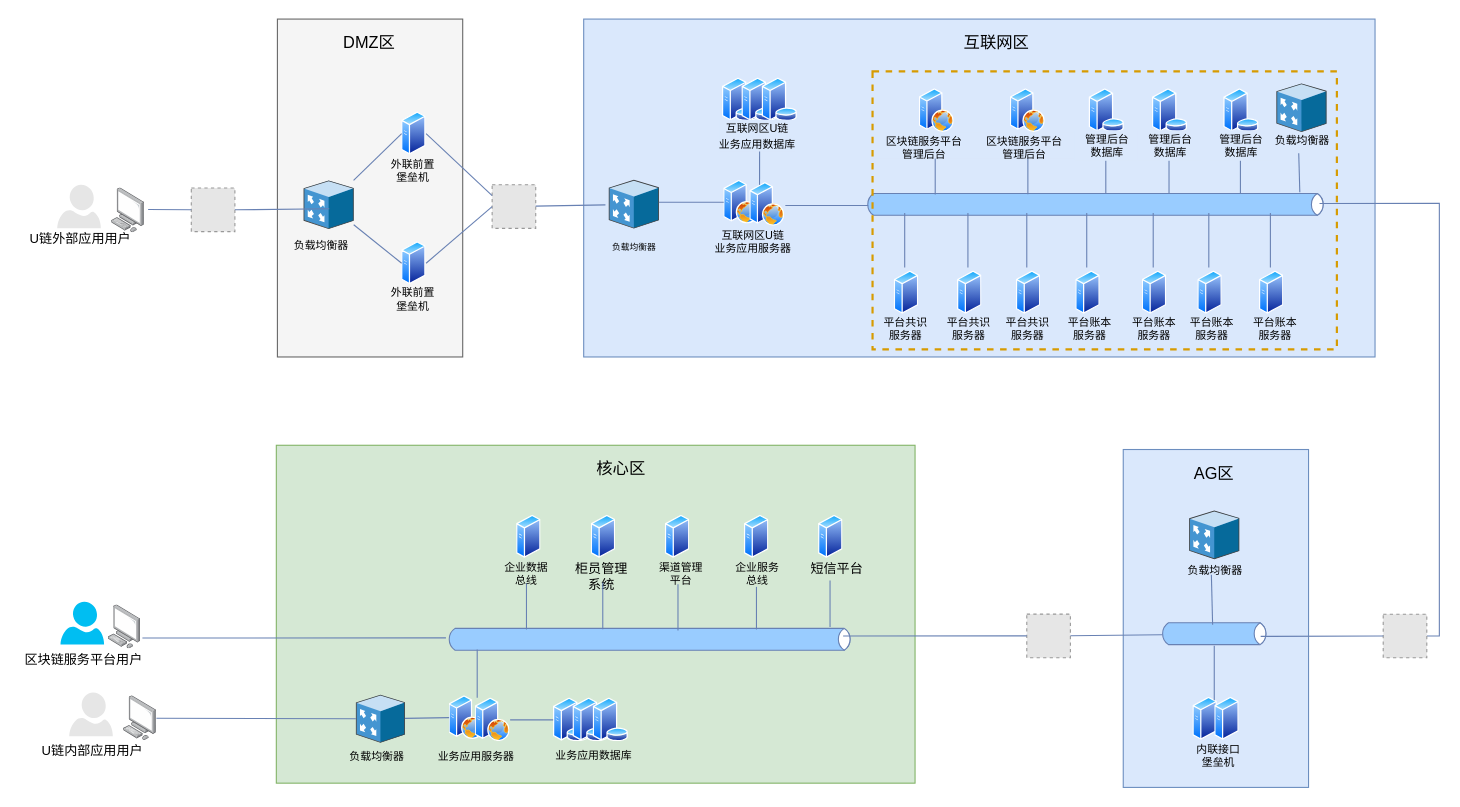
The draw.io diagram repository/drawio/postb/系统拓扑图.drawio in dilide/collections, before the edit. Source tidied: cells renumbered, new cells numbered last; positions are measured from the earlier drawing's top-left corner, leaving out a move shared by most shapes. Both pictures are drawn from the tidied source at 109%, with x=0, y=0 at pixel (19, 19). Pictures stored in the file or linked from it are replaced by grey dashed boxes.
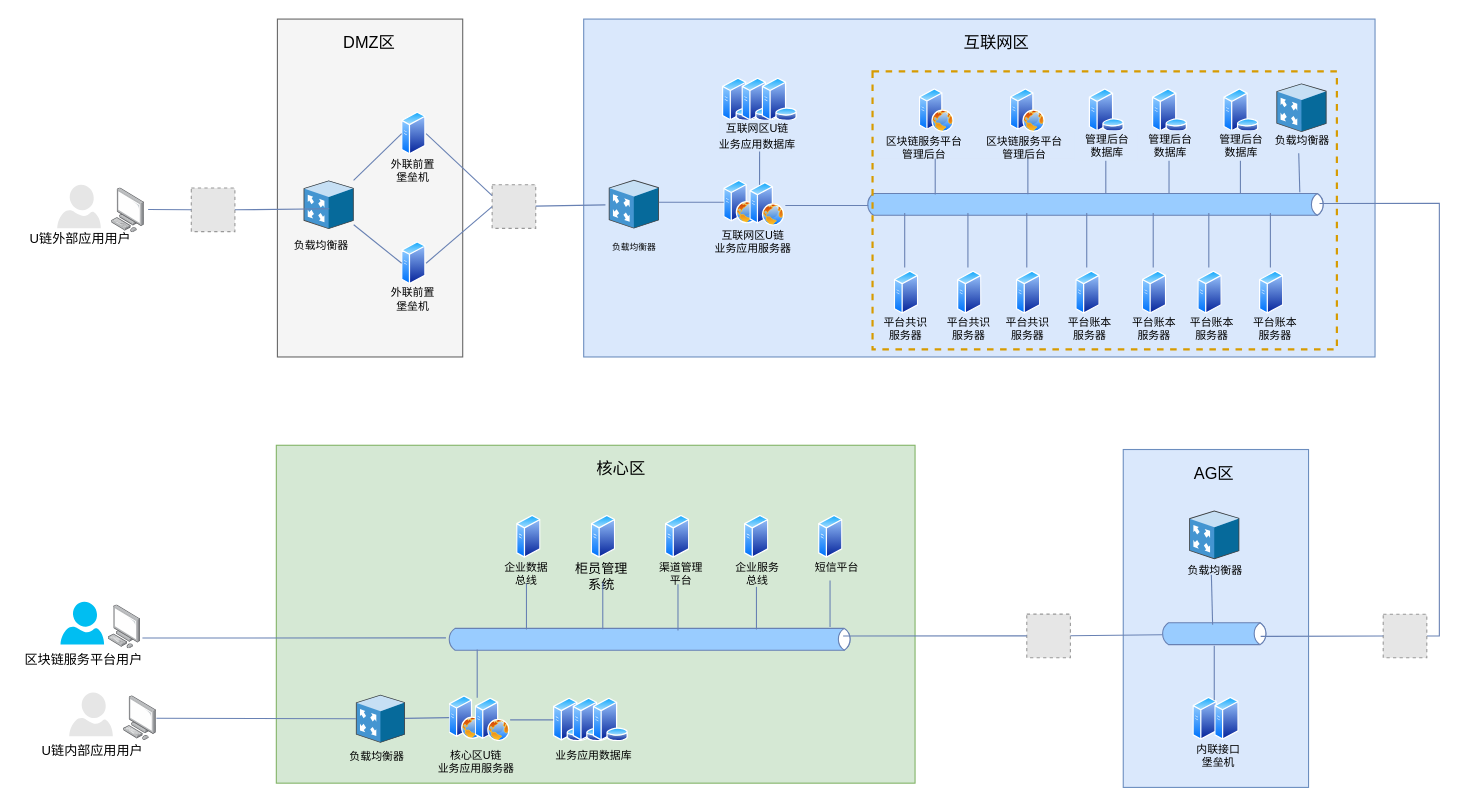
The same diagram, later.

Commit message:
Update 系统拓扑图.drawio

What changed in the source:
```diff
@@
-    <mxCell id="63" value="业务应用服务器" style="text;html=1;align=center;verticalAlign=top;spacingTop=-4;fontSize=10;" parent="1" vertex="1">
-      <mxGeometry x="371.5" y="667.9" width="94" height="12" as="geometry" />
+    <mxCell id="63" value="核心区U链&lt;br&gt;业务应用服务器" style="text;html=1;align=center;verticalAlign=top;spacingTop=-4;fontSize=10;" parent="1" vertex="1">
+      <mxGeometry x="378.5" y="666.9" width="80" height="24" as="geometry" />
     </mxCell>
@@
-    <mxCell id="120" value="短信平台" style="text;html=1;align=center;verticalAlign=top;spacingTop=-4;" parent="1" vertex="1">
+    <mxCell id="120" value="短信平台" style="text;html=1;align=center;verticalAlign=top;spacingTop=-4;fontSize=10;" parent="1" vertex="1">
       <mxGeometry x="721" y="495" width="58" height="14" as="geometry" />
     </mxCell>
```
